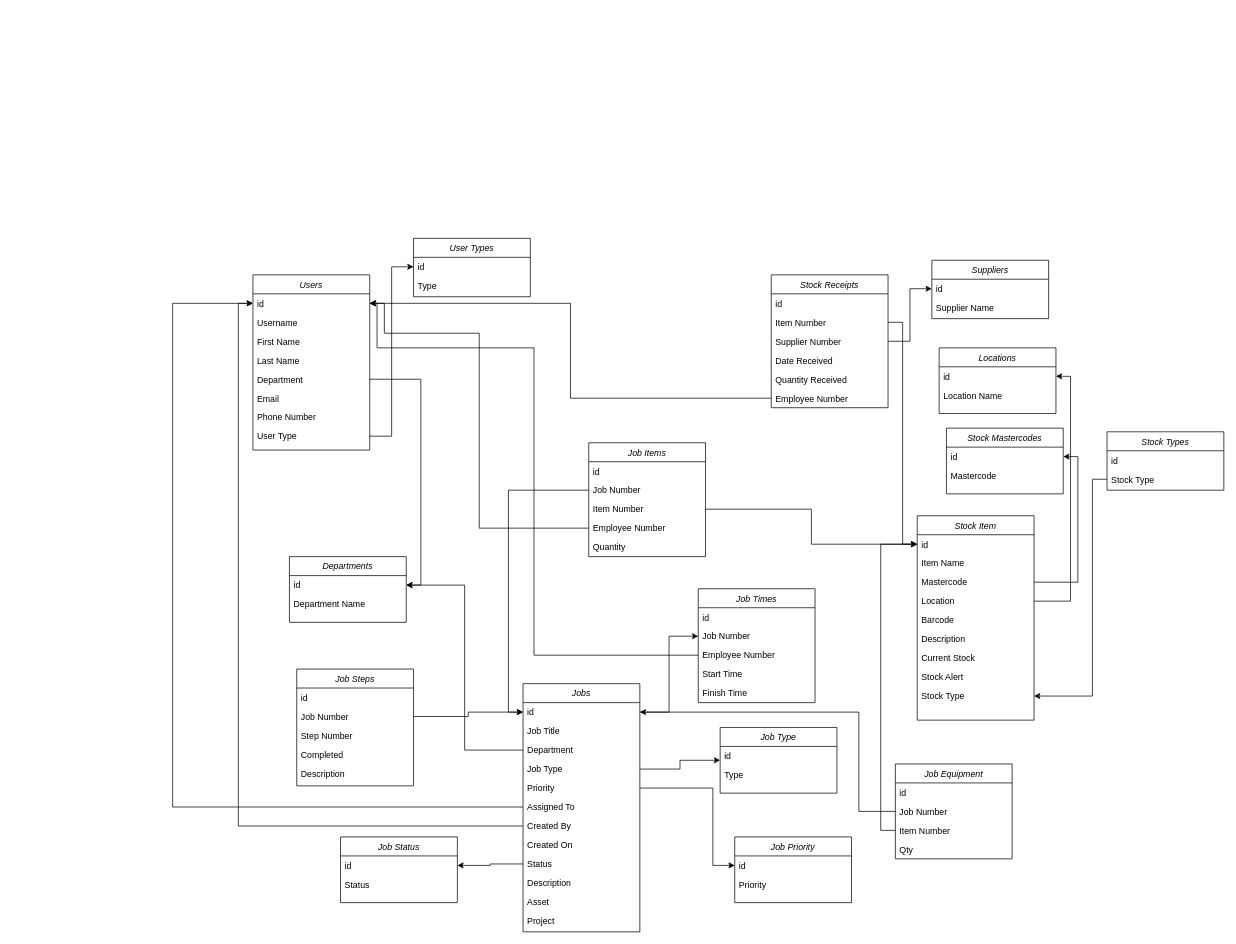
This is wireframes/Database Design.drawio from Summersby95/meade-maintenance-app, a draw.io file, before an edit. Source tidied: cells renumbered, new cells numbered last; positions are measured from the earlier drawing's top-left corner, leaving out a move shared by most shapes. Both pictures are drawn from the tidied source at 73%, with x=0, y=0 at pixel (172, 238).
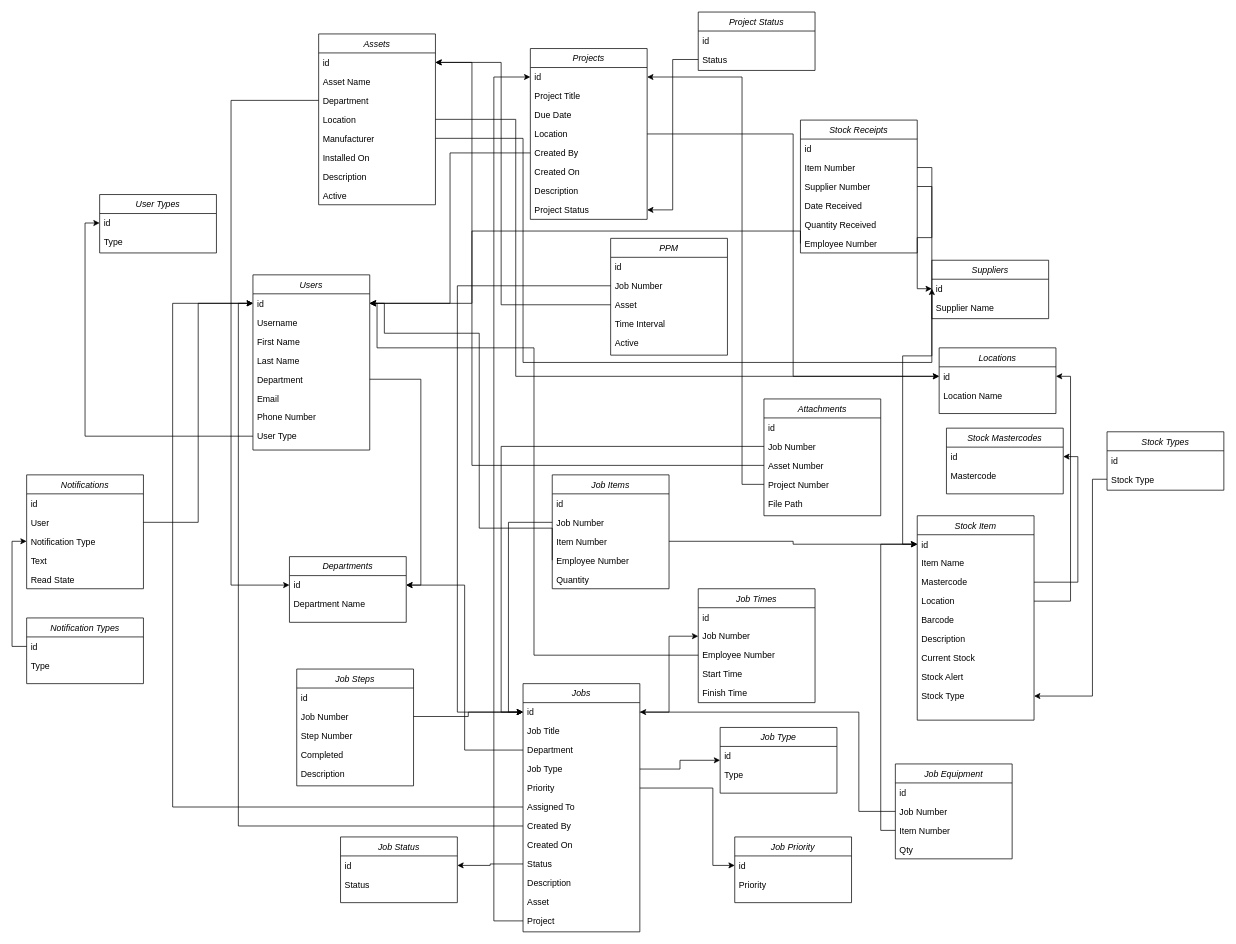
The same page after the edit.

Commit message (it also covers changes not shown here):
feat: db design and wireframes update

The change refers to these unchanged cells:
```xml
<mxCell id="3" value="id" style="text;align=left;verticalAlign=top;spacingLeft=4;spacingRight=4;overflow=hidden;points=[[0,0.5],[1,0.5]];portConstraint=eastwest;" parent="2" vertex="1">
  <mxGeometry y="26" width="160" height="26" as="geometry" />
</mxCell>
<mxCell id="6" value="id" style="text;align=left;verticalAlign=top;spacingLeft=4;spacingRight=4;overflow=hidden;points=[[0,0.5],[1,0.5]];portConstraint=eastwest;" parent="5" vertex="1">
  <mxGeometry y="26" width="160" height="26" as="geometry" />
</mxCell>
<mxCell id="18" value="id" style="text;align=left;verticalAlign=top;spacingLeft=4;spacingRight=4;overflow=hidden;points=[[0,0.5],[1,0.5]];portConstraint=eastwest;" parent="17" vertex="1">
  <mxGeometry y="26" width="160" height="26" as="geometry" />
</mxCell>
<mxCell id="25" value="User Type" style="text;align=left;verticalAlign=top;spacingLeft=4;spacingRight=4;overflow=hidden;points=[[0,0.5],[1,0.5]];portConstraint=eastwest;rounded=0;shadow=0;html=0;" parent="17" vertex="1">
  <mxGeometry y="208" width="160" height="26" as="geometry" />
</mxCell>
<mxCell id="28" value="id" style="text;align=left;verticalAlign=top;spacingLeft=4;spacingRight=4;overflow=hidden;points=[[0,0.5],[1,0.5]];portConstraint=eastwest;" parent="27" vertex="1">
  <mxGeometry y="26" width="160" height="26" as="geometry" />
</mxCell>
<mxCell id="46" value="id" style="text;align=left;verticalAlign=top;spacingLeft=4;spacingRight=4;overflow=hidden;points=[[0,0.5],[1,0.5]];portConstraint=eastwest;" parent="45" vertex="1">
  <mxGeometry y="26" width="160" height="26" as="geometry" />
</mxCell>
<mxCell id="57" value="Project" style="text;align=left;verticalAlign=top;spacingLeft=4;spacingRight=4;overflow=hidden;points=[[0,0.5],[1,0.5]];portConstraint=eastwest;rounded=0;shadow=0;html=0;" parent="45" vertex="1">
  <mxGeometry y="312" width="160" height="26" as="geometry" />
</mxCell>
<mxCell id="72" value="id" style="text;align=left;verticalAlign=top;spacingLeft=4;spacingRight=4;overflow=hidden;points=[[0,0.5],[1,0.5]];portConstraint=eastwest;" parent="71" vertex="1">
  <mxGeometry y="26" width="160" height="26" as="geometry" />
</mxCell>
<mxCell id="91" value="Employee Number" style="text;align=left;verticalAlign=top;spacingLeft=4;spacingRight=4;overflow=hidden;points=[[0,0.5],[1,0.5]];portConstraint=eastwest;rounded=0;shadow=0;html=0;" parent="85" vertex="1">
  <mxGeometry y="156" width="160" height="26" as="geometry" />
</mxCell>
```

The edit, as a diff of the source:
```diff
@@
     <mxCell id="71" value="User Types" style="swimlane;fontStyle=2;align=center;verticalAlign=top;horizontal=1;startSize=26;rounded=0;shadow=0;strokeWidth=1;" parent="1" vertex="1">
-      <mxGeometry x="330" width="160" height="80" as="geometry" />
+      <mxGeometry x="-100" y="-60" width="160" height="80" as="geometry" />
     </mxCell>
@@
-    <mxCell id="74" style="edgeStyle=orthogonalEdgeStyle;rounded=0;jettySize=auto;html=1;exitX=1;exitY=0.5;exitDx=0;exitDy=0;entryX=0;entryY=0.5;entryDx=0;entryDy=0;" parent="1" edge="1" source="25" target="72">
+    <mxCell id="74" style="edgeStyle=orthogonalEdgeStyle;rounded=0;jettySize=auto;html=1;exitX=0;exitY=0.5;exitDx=0;exitDy=0;entryX=0;entryY=0.5;entryDx=0;entryDy=0;" parent="1" edge="1" source="25" target="72">
       <mxGeometry relative="1" as="geometry" />
     </mxCell>
     <mxCell id="75" value="Job Items" style="swimlane;fontStyle=2;align=center;verticalAlign=top;horizontal=1;startSize=26;rounded=0;shadow=0;strokeWidth=1;" parent="1" vertex="1">
-      <mxGeometry x="570" y="280" width="160" height="156" as="geometry" />
+      <mxGeometry x="520" y="324" width="160" height="156" as="geometry" />
     </mxCell>
@@
     <mxCell id="85" value="Stock Receipts" style="swimlane;fontStyle=2;align=center;verticalAlign=top;horizontal=1;startSize=26;rounded=0;shadow=0;strokeWidth=1;" parent="1" vertex="1">
-      <mxGeometry x="820" y="50" width="160" height="182" as="geometry" />
+      <mxGeometry x="860" y="-162" width="160" height="182" as="geometry" />
     </mxCell>
@@
     <mxCell id="92" style="edgeStyle=orthogonalEdgeStyle;rounded=0;jettySize=auto;html=1;exitX=0;exitY=0.5;exitDx=0;exitDy=0;entryX=1;entryY=0.5;entryDx=0;entryDy=0;" parent="1" edge="1" source="91" target="18">
-      <mxGeometry relative="1" as="geometry" />
+      <mxGeometry relative="1" as="geometry">
+        <Array as="points">
+          <mxPoint x="860" y="-10" />
+          <mxPoint x="410" y="-10" />
+          <mxPoint x="410" y="89" />
+        </Array>
+      </mxGeometry>
     </mxCell>
@@
+    <mxCell id="113" value="Projects" style="swimlane;fontStyle=2;align=center;verticalAlign=top;horizontal=1;startSize=26;rounded=0;shadow=0;strokeWidth=1;" parent="1" vertex="1">
+      <mxGeometry x="490" y="-260" width="160" height="234" as="geometry" />
+    </mxCell>
+    <mxCell id="114" value="id" style="text;align=left;verticalAlign=top;spacingLeft=4;spacingRight=4;overflow=hidden;points=[[0,0.5],[1,0.5]];portConstraint=eastwest;" parent="113" vertex="1">
+      <mxGeometry y="26" width="160" height="26" as="geometry" />
+    </mxCell>
+    <mxCell id="115" value="Project Title" style="text;align=left;verticalAlign=top;spacingLeft=4;spacingRight=4;overflow=hidden;rounded=0;shadow=0;html=0;" parent="113" vertex="1">
+      <mxGeometry y="52" width="160" height="26" as="geometry" />
+    </mxCell>
+    <mxCell id="116" value="Due Date" style="text;align=left;verticalAlign=top;spacingLeft=4;spacingRight=4;overflow=hidden;rounded=0;shadow=0;html=0;" parent="113" vertex="1">
+      <mxGeometry y="78" width="160" height="26" as="geometry" />
+    </mxCell>
+    <mxCell id="117" value="Location" style="text;align=left;verticalAlign=top;spacingLeft=4;spacingRight=4;overflow=hidden;points=[[0,0.5],[1,0.5]];portConstraint=eastwest;rounded=0;shadow=0;html=0;" parent="113" vertex="1">
+      <mxGeometry y="104" width="160" height="26" as="geometry" />
+    </mxCell>
+    <mxCell id="118" value="Created By" style="text;align=left;verticalAlign=top;spacingLeft=4;spacingRight=4;overflow=hidden;points=[[0,0.5],[1,0.5]];portConstraint=eastwest;rounded=0;shadow=0;html=0;" parent="113" vertex="1">
+      <mxGeometry y="130" width="160" height="26" as="geometry" />
+    </mxCell>
+    <mxCell id="119" value="Created On" style="text;align=left;verticalAlign=top;spacingLeft=4;spacingRight=4;overflow=hidden;rounded=0;shadow=0;html=0;" parent="113" vertex="1">
+      <mxGeometry y="156" width="160" height="26" as="geometry" />
+    </mxCell>
+    <mxCell id="120" value="Description" style="text;align=left;verticalAlign=top;spacingLeft=4;spacingRight=4;overflow=hidden;rounded=0;shadow=0;html=0;" parent="113" vertex="1">
+      <mxGeometry y="182" width="160" height="26" as="geometry" />
+    </mxCell>
+    <mxCell id="121" value="Project Status" style="text;align=left;verticalAlign=top;spacingLeft=4;spacingRight=4;overflow=hidden;points=[[0,0.5],[1,0.5]];portConstraint=eastwest;rounded=0;shadow=0;html=0;" parent="113" vertex="1">
+      <mxGeometry y="208" width="160" height="26" as="geometry" />
+    </mxCell>
+    <mxCell id="122" style="edgeStyle=orthogonalEdgeStyle;rounded=0;jettySize=auto;html=1;exitX=0;exitY=0.5;exitDx=0;exitDy=0;entryX=1;entryY=0.5;entryDx=0;entryDy=0;" parent="1" edge="1" source="118" target="18">
+      <mxGeometry relative="1" as="geometry" />
+    </mxCell>
+    <mxCell id="123" style="edgeStyle=orthogonalEdgeStyle;rounded=0;jettySize=auto;html=1;exitX=1;exitY=0.5;exitDx=0;exitDy=0;entryX=0;entryY=0.5;entryDx=0;entryDy=0;" parent="1" edge="1" source="117" target="6">
+      <mxGeometry relative="1" as="geometry" />
+    </mxCell>
+    <mxCell id="124" style="edgeStyle=orthogonalEdgeStyle;rounded=0;jettySize=auto;html=1;exitX=0;exitY=0.5;exitDx=0;exitDy=0;entryX=0;entryY=0.5;entryDx=0;entryDy=0;" parent="1" edge="1" source="57" target="114">
+      <mxGeometry relative="1" as="geometry">
+        <Array as="points">
+          <mxPoint x="440" y="935" />
+          <mxPoint x="440" y="-221" />
+        </Array>
+      </mxGeometry>
+    </mxCell>
+    <mxCell id="125" value="Project Status" style="swimlane;fontStyle=2;align=center;verticalAlign=top;horizontal=1;startSize=26;rounded=0;shadow=0;strokeWidth=1;" parent="1" vertex="1">
+      <mxGeometry x="720" y="-310" width="160" height="80" as="geometry" />
+    </mxCell>
+    <mxCell id="126" value="id" style="text;align=left;verticalAlign=top;spacingLeft=4;spacingRight=4;overflow=hidden;" parent="125" vertex="1">
+      <mxGeometry y="26" width="160" height="26" as="geometry" />
+    </mxCell>
+    <mxCell id="127" value="Status" style="text;align=left;verticalAlign=top;spacingLeft=4;spacingRight=4;overflow=hidden;points=[[0,0.5],[1,0.5]];portConstraint=eastwest;rounded=0;shadow=0;html=0;" parent="125" vertex="1">
+      <mxGeometry y="52" width="160" height="26" as="geometry" />
+    </mxCell>
+    <mxCell id="128" style="edgeStyle=orthogonalEdgeStyle;rounded=0;jettySize=auto;html=1;exitX=0;exitY=0.5;exitDx=0;exitDy=0;entryX=1;entryY=0.5;entryDx=0;entryDy=0;" parent="1" edge="1" source="127" target="121">
+      <mxGeometry relative="1" as="geometry" />
+    </mxCell>
+    <mxCell id="129" value="Assets" style="swimlane;fontStyle=2;align=center;verticalAlign=top;horizontal=1;startSize=26;rounded=0;shadow=0;strokeWidth=1;" parent="1" vertex="1">
+      <mxGeometry x="200" y="-280" width="160" height="234" as="geometry" />
+    </mxCell>
+    <mxCell id="130" value="id" style="text;align=left;verticalAlign=top;spacingLeft=4;spacingRight=4;overflow=hidden;points=[[0,0.5],[1,0.5]];portConstraint=eastwest;" parent="129" vertex="1">
+      <mxGeometry y="26" width="160" height="26" as="geometry" />
+    </mxCell>
+    <mxCell id="131" value="Asset Name" style="text;align=left;verticalAlign=top;spacingLeft=4;spacingRight=4;overflow=hidden;rounded=0;shadow=0;html=0;" parent="129" vertex="1">
+      <mxGeometry y="52" width="160" height="26" as="geometry" />
+    </mxCell>
+    <mxCell id="132" value="Department" style="text;align=left;verticalAlign=top;spacingLeft=4;spacingRight=4;overflow=hidden;points=[[0,0.5],[1,0.5]];portConstraint=eastwest;rounded=0;shadow=0;html=0;" parent="129" vertex="1">
+      <mxGeometry y="78" width="160" height="26" as="geometry" />
+    </mxCell>
+    <mxCell id="133" value="Location" style="text;align=left;verticalAlign=top;spacingLeft=4;spacingRight=4;overflow=hidden;points=[[0,0.5],[1,0.5]];portConstraint=eastwest;rounded=0;shadow=0;html=0;" parent="129" vertex="1">
+      <mxGeometry y="104" width="160" height="26" as="geometry" />
+    </mxCell>
+    <mxCell id="134" value="Manufacturer" style="text;align=left;verticalAlign=top;spacingLeft=4;spacingRight=4;overflow=hidden;points=[[0,0.5],[1,0.5]];portConstraint=eastwest;rounded=0;shadow=0;html=0;" parent="129" vertex="1">
+      <mxGeometry y="130" width="160" height="26" as="geometry" />
+    </mxCell>
+    <mxCell id="135" value="Installed On" style="text;align=left;verticalAlign=top;spacingLeft=4;spacingRight=4;overflow=hidden;rounded=0;shadow=0;html=0;" parent="129" vertex="1">
+      <mxGeometry y="156" width="160" height="26" as="geometry" />
+    </mxCell>
+    <mxCell id="136" value="Description" style="text;align=left;verticalAlign=top;spacingLeft=4;spacingRight=4;overflow=hidden;rounded=0;shadow=0;html=0;" parent="129" vertex="1">
+      <mxGeometry y="182" width="160" height="26" as="geometry" />
+    </mxCell>
+    <mxCell id="137" value="Active" style="text;align=left;verticalAlign=top;spacingLeft=4;spacingRight=4;overflow=hidden;rounded=0;shadow=0;html=0;" parent="129" vertex="1">
+      <mxGeometry y="208" width="160" height="26" as="geometry" />
+    </mxCell>
+    <mxCell id="138" style="edgeStyle=orthogonalEdgeStyle;rounded=0;jettySize=auto;html=1;exitX=1;exitY=0.5;exitDx=0;exitDy=0;entryX=0;entryY=0.5;entryDx=0;entryDy=0;" parent="1" edge="1" source="133" target="6">
+      <mxGeometry relative="1" as="geometry">
+        <Array as="points">
+          <mxPoint x="470" y="-163" />
+          <mxPoint x="470" y="189" />
+        </Array>
+      </mxGeometry>
+    </mxCell>
+    <mxCell id="139" style="edgeStyle=orthogonalEdgeStyle;rounded=0;jettySize=auto;html=1;exitX=0;exitY=0.5;exitDx=0;exitDy=0;entryX=0;entryY=0.5;entryDx=0;entryDy=0;" parent="1" edge="1" source="132" target="3">
+      <mxGeometry relative="1" as="geometry">
+        <Array as="points">
+          <mxPoint x="80" y="-189" />
+          <mxPoint x="80" y="475" />
+        </Array>
+      </mxGeometry>
+    </mxCell>
+    <mxCell id="140" style="edgeStyle=orthogonalEdgeStyle;rounded=0;jettySize=auto;html=1;exitX=1;exitY=0.5;exitDx=0;exitDy=0;entryX=0;entryY=0.5;entryDx=0;entryDy=0;" parent="1" edge="1" source="134" target="28">
+      <mxGeometry relative="1" as="geometry">
+        <Array as="points">
+          <mxPoint x="480" y="-137" />
+          <mxPoint x="480" y="170" />
+          <mxPoint x="1040" y="170" />
+        </Array>
+      </mxGeometry>
+    </mxCell>
+    <mxCell id="141" value="PPM" style="swimlane;fontStyle=2;align=center;verticalAlign=top;horizontal=1;startSize=26;rounded=0;shadow=0;strokeWidth=1;" parent="1" vertex="1">
+      <mxGeometry x="600" width="160" height="160" as="geometry" />
+    </mxCell>
+    <mxCell id="142" value="id" style="text;align=left;verticalAlign=top;spacingLeft=4;spacingRight=4;overflow=hidden;" parent="141" vertex="1">
+      <mxGeometry y="26" width="160" height="26" as="geometry" />
+    </mxCell>
+    <mxCell id="143" value="Job Number" style="text;align=left;verticalAlign=top;spacingLeft=4;spacingRight=4;overflow=hidden;points=[[0,0.5],[1,0.5]];portConstraint=eastwest;rounded=0;shadow=0;html=0;" parent="141" vertex="1">
+      <mxGeometry y="52" width="160" height="26" as="geometry" />
+    </mxCell>
+    <mxCell id="144" value="Asset" style="text;align=left;verticalAlign=top;spacingLeft=4;spacingRight=4;overflow=hidden;points=[[0,0.5],[1,0.5]];portConstraint=eastwest;rounded=0;shadow=0;html=0;" parent="141" vertex="1">
+      <mxGeometry y="78" width="160" height="26" as="geometry" />
+    </mxCell>
+    <mxCell id="145" value="Time Interval" style="text;align=left;verticalAlign=top;spacingLeft=4;spacingRight=4;overflow=hidden;rounded=0;shadow=0;html=0;" parent="141" vertex="1">
+      <mxGeometry y="104" width="160" height="26" as="geometry" />
+    </mxCell>
+    <mxCell id="146" value="Active" style="text;align=left;verticalAlign=top;spacingLeft=4;spacingRight=4;overflow=hidden;rounded=0;shadow=0;html=0;" parent="141" vertex="1">
+      <mxGeometry y="130" width="160" height="26" as="geometry" />
+    </mxCell>
+    <mxCell id="147" style="edgeStyle=orthogonalEdgeStyle;rounded=0;jettySize=auto;html=1;exitX=0;exitY=0.5;exitDx=0;exitDy=0;entryX=0;entryY=0.5;entryDx=0;entryDy=0;" parent="1" edge="1" source="143" target="46">
+      <mxGeometry relative="1" as="geometry">
+        <Array as="points">
+          <mxPoint x="390" y="65" />
+          <mxPoint x="390" y="649" />
+        </Array>
+      </mxGeometry>
+    </mxCell>
+    <mxCell id="148" style="edgeStyle=orthogonalEdgeStyle;rounded=0;jettySize=auto;html=1;exitX=0;exitY=0.5;exitDx=0;exitDy=0;entryX=1;entryY=0.5;entryDx=0;entryDy=0;" parent="1" edge="1" source="144" target="130">
+      <mxGeometry relative="1" as="geometry">
+        <Array as="points">
+          <mxPoint x="450" y="91" />
+          <mxPoint x="450" y="-241" />
+        </Array>
+      </mxGeometry>
+    </mxCell>
+    <mxCell id="149" value="Attachments" style="swimlane;fontStyle=2;align=center;verticalAlign=top;horizontal=1;startSize=26;rounded=0;shadow=0;strokeWidth=1;" parent="1" vertex="1">
+      <mxGeometry x="810" y="220" width="160" height="160" as="geometry" />
+    </mxCell>
+    <mxCell id="150" value="id" style="text;align=left;verticalAlign=top;spacingLeft=4;spacingRight=4;overflow=hidden;" parent="149" vertex="1">
+      <mxGeometry y="26" width="160" height="26" as="geometry" />
+    </mxCell>
+    <mxCell id="151" value="Job Number" style="text;align=left;verticalAlign=top;spacingLeft=4;spacingRight=4;overflow=hidden;points=[[0,0.5],[1,0.5]];portConstraint=eastwest;rounded=0;shadow=0;html=0;" parent="149" vertex="1">
+      <mxGeometry y="52" width="160" height="26" as="geometry" />
+    </mxCell>
+    <mxCell id="152" value="Asset Number" style="text;align=left;verticalAlign=top;spacingLeft=4;spacingRight=4;overflow=hidden;points=[[0,0.5],[1,0.5]];portConstraint=eastwest;rounded=0;shadow=0;html=0;" parent="149" vertex="1">
+      <mxGeometry y="78" width="160" height="26" as="geometry" />
+    </mxCell>
+    <mxCell id="153" value="Project Number" style="text;align=left;verticalAlign=top;spacingLeft=4;spacingRight=4;overflow=hidden;points=[[0,0.5],[1,0.5]];portConstraint=eastwest;rounded=0;shadow=0;html=0;" parent="149" vertex="1">
+      <mxGeometry y="104" width="160" height="26" as="geometry" />
+    </mxCell>
+    <mxCell id="154" value="File Path" style="text;align=left;verticalAlign=top;spacingLeft=4;spacingRight=4;overflow=hidden;rounded=0;shadow=0;html=0;" parent="149" vertex="1">
+      <mxGeometry y="130" width="160" height="26" as="geometry" />
+    </mxCell>
+    <mxCell id="155" style="edgeStyle=orthogonalEdgeStyle;rounded=0;jettySize=auto;html=1;exitX=0;exitY=0.5;exitDx=0;exitDy=0;entryX=0;entryY=0.5;entryDx=0;entryDy=0;" parent="1" edge="1" source="151" target="46">
+      <mxGeometry relative="1" as="geometry">
+        <Array as="points">
+          <mxPoint x="450" y="285" />
+          <mxPoint x="450" y="649" />
+        </Array>
+      </mxGeometry>
+    </mxCell>
+    <mxCell id="156" style="edgeStyle=orthogonalEdgeStyle;rounded=0;jettySize=auto;html=1;exitX=0;exitY=0.5;exitDx=0;exitDy=0;entryX=1;entryY=0.5;entryDx=0;entryDy=0;" parent="1" edge="1" source="152" target="130">
+      <mxGeometry relative="1" as="geometry">
+        <Array as="points">
+          <mxPoint x="410" y="311" />
+          <mxPoint x="410" y="-241" />
+        </Array>
+      </mxGeometry>
+    </mxCell>
+    <mxCell id="157" style="edgeStyle=orthogonalEdgeStyle;rounded=0;jettySize=auto;html=1;exitX=0;exitY=0.5;exitDx=0;exitDy=0;entryX=1;entryY=0.5;entryDx=0;entryDy=0;" parent="1" edge="1" source="153" target="114">
+      <mxGeometry relative="1" as="geometry">
+        <Array as="points">
+          <mxPoint x="780" y="337" />
+          <mxPoint x="780" y="-221" />
+        </Array>
+      </mxGeometry>
+    </mxCell>
+    <mxCell id="158" value="Notifications" style="swimlane;fontStyle=2;align=center;verticalAlign=top;horizontal=1;startSize=26;rounded=0;shadow=0;strokeWidth=1;" parent="1" vertex="1">
+      <mxGeometry x="-200" y="324" width="160" height="156" as="geometry" />
+    </mxCell>
+    <mxCell id="159" value="id" style="text;align=left;verticalAlign=top;spacingLeft=4;spacingRight=4;overflow=hidden;" parent="158" vertex="1">
+      <mxGeometry y="26" width="160" height="26" as="geometry" />
+    </mxCell>
+    <mxCell id="160" value="User" style="text;align=left;verticalAlign=top;spacingLeft=4;spacingRight=4;overflow=hidden;points=[[0,0.5],[1,0.5]];portConstraint=eastwest;rounded=0;shadow=0;html=0;" parent="158" vertex="1">
+      <mxGeometry y="52" width="160" height="26" as="geometry" />
+    </mxCell>
+    <mxCell id="161" value="Notification Type" style="text;align=left;verticalAlign=top;spacingLeft=4;spacingRight=4;overflow=hidden;points=[[0,0.5],[1,0.5]];portConstraint=eastwest;rounded=0;shadow=0;html=0;" parent="158" vertex="1">
+      <mxGeometry y="78" width="160" height="26" as="geometry" />
+    </mxCell>
+    <mxCell id="162" value="Text" style="text;align=left;verticalAlign=top;spacingLeft=4;spacingRight=4;overflow=hidden;rounded=0;shadow=0;html=0;" parent="158" vertex="1">
+      <mxGeometry y="104" width="160" height="26" as="geometry" />
+    </mxCell>
+    <mxCell id="163" value="Read State" style="text;align=left;verticalAlign=top;spacingLeft=4;spacingRight=4;overflow=hidden;rounded=0;shadow=0;html=0;" parent="158" vertex="1">
+      <mxGeometry y="130" width="160" height="26" as="geometry" />
+    </mxCell>
+    <mxCell id="164" style="edgeStyle=orthogonalEdgeStyle;rounded=0;jettySize=auto;html=1;exitX=1;exitY=0.5;exitDx=0;exitDy=0;entryX=0;entryY=0.5;entryDx=0;entryDy=0;" parent="1" edge="1" source="160" target="18">
+      <mxGeometry relative="1" as="geometry" />
+    </mxCell>
+    <mxCell id="165" value="Notification Types" style="swimlane;fontStyle=2;align=center;verticalAlign=top;horizontal=1;startSize=26;rounded=0;shadow=0;strokeWidth=1;" parent="1" vertex="1">
+      <mxGeometry x="-200" y="520" width="160" height="90" as="geometry" />
+    </mxCell>
+    <mxCell id="166" value="id" style="text;align=left;verticalAlign=top;spacingLeft=4;spacingRight=4;overflow=hidden;points=[[0,0.5],[1,0.5]];portConstraint=eastwest;" parent="165" vertex="1">
+      <mxGeometry y="26" width="160" height="26" as="geometry" />
+    </mxCell>
+    <mxCell id="167" value="Type" style="text;align=left;verticalAlign=top;spacingLeft=4;spacingRight=4;overflow=hidden;rounded=0;shadow=0;html=0;" parent="165" vertex="1">
+      <mxGeometry y="52" width="160" height="26" as="geometry" />
+    </mxCell>
+    <mxCell id="168" style="edgeStyle=orthogonalEdgeStyle;rounded=0;jettySize=auto;html=1;exitX=0;exitY=0.5;exitDx=0;exitDy=0;entryX=0;entryY=0.5;entryDx=0;entryDy=0;" parent="1" edge="1" source="166" target="161">
+      <mxGeometry relative="1" as="geometry" />
+    </mxCell>
```
